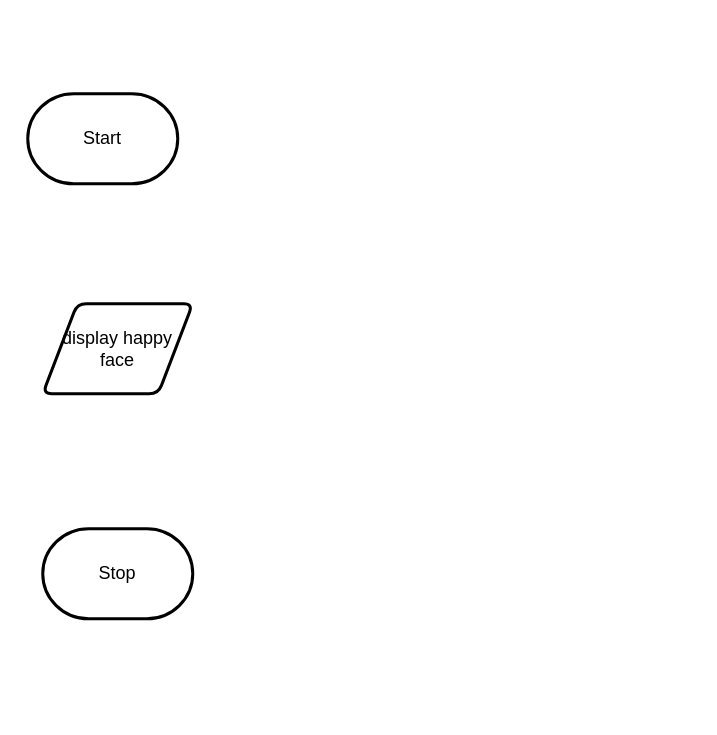
MTHS-TEJ2O-1-2023/TEJ2O-Unit-5-07-michael-bruneau keeps this draw.io diagram as design/flowchart.drawio. Above is the earlier version. Source tidied: cells renumbered, new cells numbered last; positions are measured from the earlier drawing's top-left corner, leaving out a move shared by most shapes. Both pictures are drawn from the tidied source at 150%, with x=0, y=0 at pixel (27, 93).
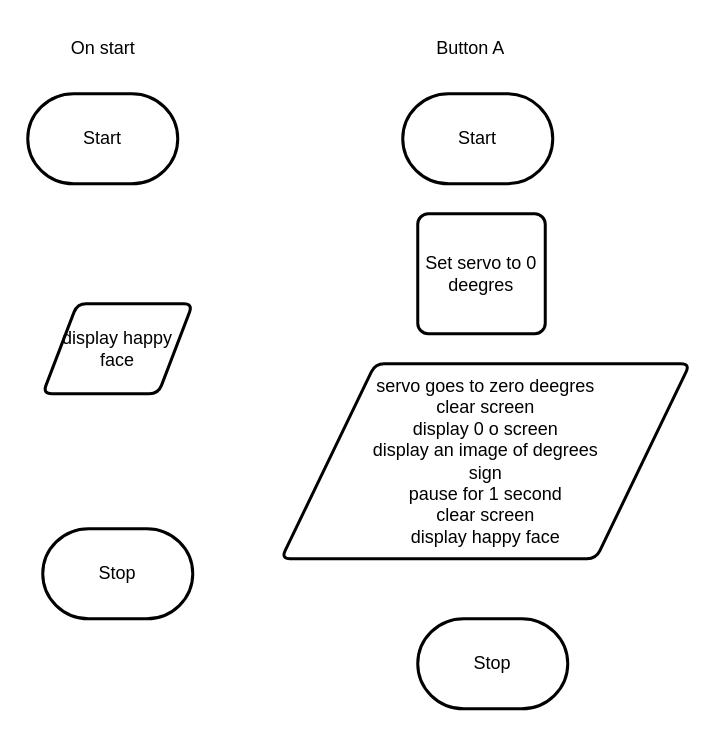
Above is the later version.

Change to the diagram source:
```diff
@@
 <mxGraphModel>
   <root>
     <mxCell id="0" />
     <mxCell id="1" parent="0" />
     <mxCell id="2" value="Start" style="strokeWidth=2;html=1;shape=mxgraph.flowchart.terminator;whiteSpace=wrap;" parent="1" vertex="1">
       <mxGeometry width="100" height="60" as="geometry" />
     </mxCell>
     <mxCell id="3" value="Stop" style="strokeWidth=2;html=1;shape=mxgraph.flowchart.terminator;whiteSpace=wrap;" parent="1" vertex="1">
       <mxGeometry x="10" y="290" width="100" height="60" as="geometry" />
     </mxCell>
     <mxCell id="4" value="display happy face" style="shape=parallelogram;html=1;strokeWidth=2;perimeter=parallelogramPerimeter;whiteSpace=wrap;rounded=1;arcSize=12;size=0.23;" parent="1" vertex="1">
       <mxGeometry x="10" y="140" width="100" height="60" as="geometry" />
     </mxCell>
+    <mxCell id="5" value="Start" style="strokeWidth=2;html=1;shape=mxgraph.flowchart.terminator;whiteSpace=wrap;" parent="1" vertex="1">
+      <mxGeometry x="250" width="100" height="60" as="geometry" />
+    </mxCell>
+    <mxCell id="6" value="Stop" style="strokeWidth=2;html=1;shape=mxgraph.flowchart.terminator;whiteSpace=wrap;" parent="1" vertex="1">
+      <mxGeometry x="260" y="350" width="100" height="60" as="geometry" />
+    </mxCell>
+    <mxCell id="7" value="On start" style="text;html=1;align=center;verticalAlign=middle;strokeColor=none;fillColor=none;" parent="1" vertex="1">
+      <mxGeometry x="15" y="-45" width="70" height="30" as="geometry" />
+    </mxCell>
+    <mxCell id="8" value="Button A" style="text;html=1;align=center;verticalAlign=middle;strokeColor=none;fillColor=none;" parent="1" vertex="1">
+      <mxGeometry x="260" y="-45" width="70" height="30" as="geometry" />
+    </mxCell>
+    <mxCell id="9" value="Set servo to 0 deegres" style="rounded=1;whiteSpace=wrap;html=1;absoluteArcSize=1;arcSize=14;strokeWidth=2;" parent="1" vertex="1">
+      <mxGeometry x="260" y="80" width="85" height="80" as="geometry" />
+    </mxCell>
+    <mxCell id="10" value="servo goes to zero deegres&lt;br&gt;clear screen&lt;br&gt;display 0 o screen&lt;br&gt;display an image of degrees&lt;br&gt;sign&lt;br&gt;pause for 1 second&lt;br&gt;clear screen&lt;br&gt;display happy face" style="shape=parallelogram;html=1;strokeWidth=2;perimeter=parallelogramPerimeter;whiteSpace=wrap;rounded=1;arcSize=12;size=0.23;" parent="1" vertex="1">
+      <mxGeometry x="169" y="180" width="272.5" height="130" as="geometry" />
+    </mxCell>
   </root>
 </mxGraphModel>
```
